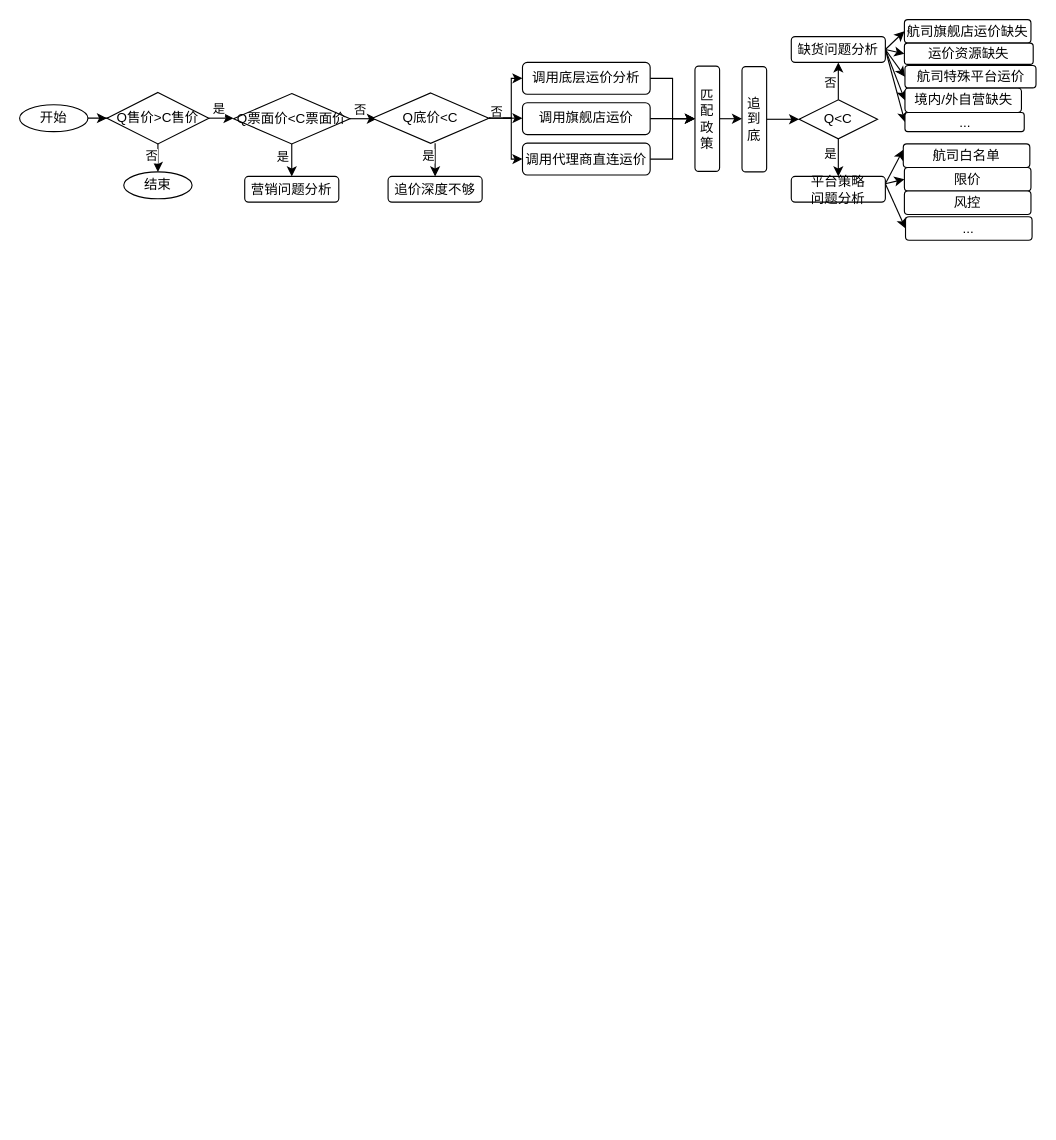
Before: page "3.劣势归因简要图" (3 of 3) of 国际qt中转问题.drawio in liuzhongye/draw-io, a draw.io diagram. Source tidied: cells renumbered, new cells numbered last; positions are measured from the earlier drawing's top-left corner, leaving out a move shared by most shapes. Both pictures are drawn from the tidied source at 112%, with x=0, y=0 at pixel (19, 19).
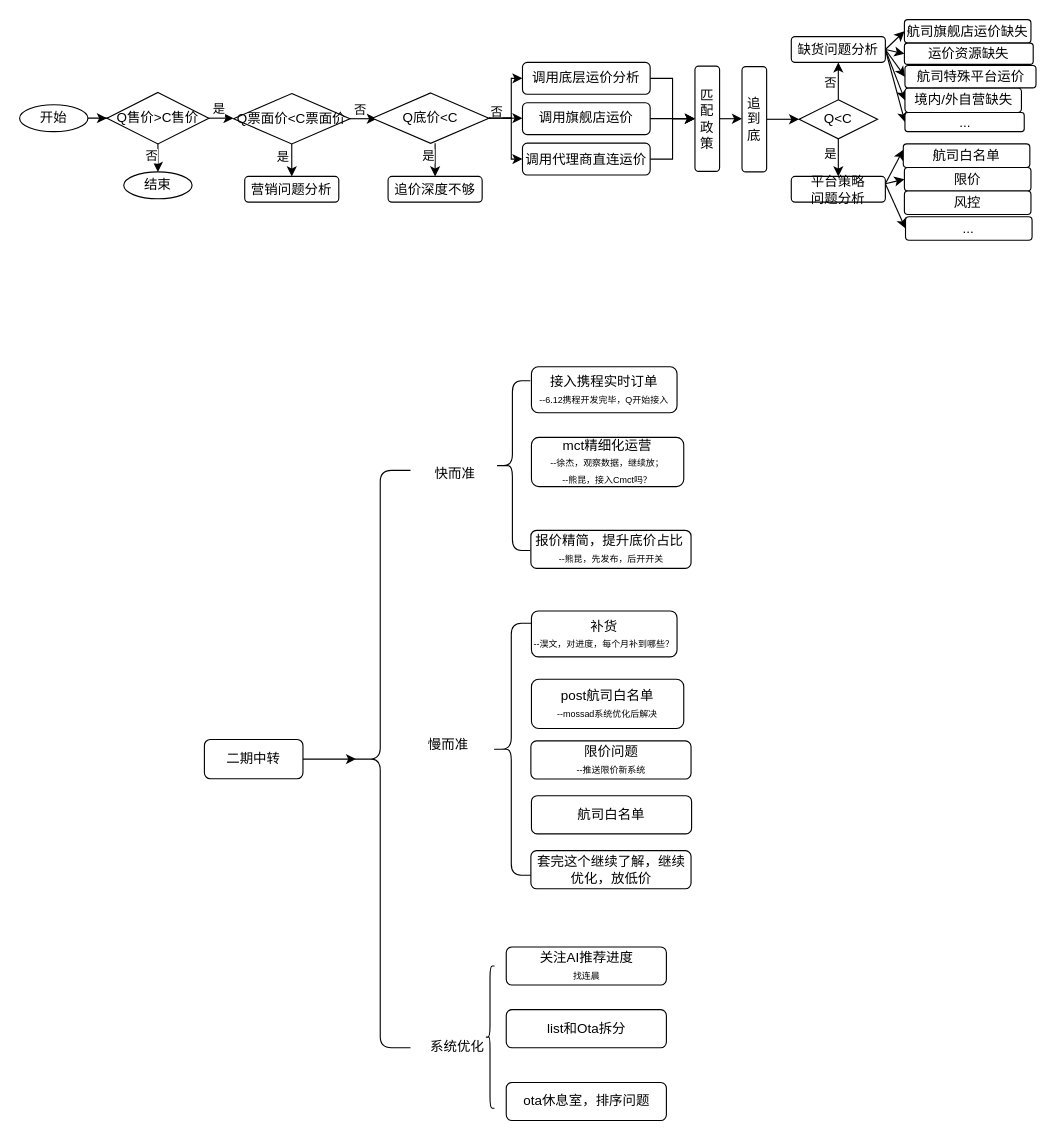
After the change.

Commit message:
更新国际qt中转问题.drawio

Diff of the diagram source:
```diff
@@
+    <mxCell id="58" style="shape=curlyBracket;whiteSpace=wrap;html=1;rounded=1;labelPosition=left;verticalLabelPosition=middle;align=right;verticalAlign=middle;" parent="1" vertex="1">
+      <mxGeometry x="295" y="402.5" width="54" height="515.5" as="geometry" />
+    </mxCell>
+    <mxCell id="59" value="二期中转" style="whiteSpace=wrap;html=1;align=center;rounded=1;" parent="1" vertex="1">
+      <mxGeometry x="165" y="642.8" width="88" height="35" as="geometry" />
+    </mxCell>
+    <mxCell id="60" style="edgeStyle=orthogonalEdgeStyle;rounded=0;jettySize=auto;html=1;exitX=1;exitY=0.5;exitDx=0;exitDy=0;entryX=0.1;entryY=0.5;entryDx=0;entryDy=0;entryPerimeter=0;" parent="1" edge="1" source="59" target="58">
+      <mxGeometry relative="1" as="geometry" />
+    </mxCell>
+    <mxCell id="61" value="mct精细化运营&lt;br&gt;&lt;font style=&quot;font-size: 8px;&quot;&gt;--徐杰，观察数据，继续放；&lt;br&gt;&lt;/font&gt;&lt;span style=&quot;font-size: 8px;&quot;&gt;--熊昆，接入Cmct吗？&lt;/span&gt;" style="rounded=1;whiteSpace=wrap;html=1;" parent="1" vertex="1">
+      <mxGeometry x="457" y="373" width="136" height="44" as="geometry" />
+    </mxCell>
+    <mxCell id="62" value="接入携程实时订单&lt;br&gt;&lt;font style=&quot;font-size: 8px;&quot;&gt;--6.12携程开发完毕，Q开始接入&lt;/font&gt;" style="rounded=1;whiteSpace=wrap;html=1;" parent="1" vertex="1">
+      <mxGeometry x="457" y="310" width="130" height="41" as="geometry" />
+    </mxCell>
+    <mxCell id="63" value="报价精简，提升底价占比&amp;nbsp; &lt;br&gt;&lt;font style=&quot;font-size: 8px;&quot;&gt;--熊昆，先发布，后开开关&lt;/font&gt;" style="rounded=1;whiteSpace=wrap;html=1;" parent="1" vertex="1">
+      <mxGeometry x="456.5" y="456" width="143" height="34" as="geometry" />
+    </mxCell>
+    <mxCell id="64" style="shape=curlyBracket;whiteSpace=wrap;html=1;rounded=1;labelPosition=left;verticalLabelPosition=middle;align=right;verticalAlign=middle;" parent="1" vertex="1">
+      <mxGeometry x="424" y="322.5" width="32" height="151.5" as="geometry" />
+    </mxCell>
+    <mxCell id="65" value="快而准" style="text;html=1;align=center;verticalAlign=middle;whiteSpace=wrap;rounded=0;" parent="1" vertex="1">
+      <mxGeometry x="359" y="391" width="60" height="30" as="geometry" />
+    </mxCell>
+    <mxCell id="66" value="慢而准" style="text;html=1;align=center;verticalAlign=middle;whiteSpace=wrap;rounded=0;" parent="1" vertex="1">
+      <mxGeometry x="353" y="633" width="60" height="30" as="geometry" />
+    </mxCell>
+    <mxCell id="67" value="post航司白名单&lt;br&gt;&lt;span style=&quot;font-size: 8px;&quot;&gt;--mossad系统优化后解决&lt;/span&gt;" style="rounded=1;whiteSpace=wrap;html=1;" parent="1" vertex="1">
+      <mxGeometry x="457" y="589" width="136" height="44" as="geometry" />
+    </mxCell>
+    <mxCell id="68" value="补货&lt;br&gt;&lt;font style=&quot;font-size: 8px;&quot;&gt;--淏文，对进度，每个月补到哪些？&lt;/font&gt;" style="rounded=1;whiteSpace=wrap;html=1;" parent="1" vertex="1">
+      <mxGeometry x="457" y="528" width="130" height="41" as="geometry" />
+    </mxCell>
+    <mxCell id="69" value="&lt;font style=&quot;&quot;&gt;&lt;span style=&quot;font-size: 12px;&quot;&gt;限价问题&lt;br&gt;&lt;/span&gt;&lt;span style=&quot;font-size: 8px;&quot;&gt;--推送限价新系统&lt;/span&gt;&lt;/font&gt;" style="rounded=1;whiteSpace=wrap;html=1;" parent="1" vertex="1">
+      <mxGeometry x="456.5" y="644" width="143" height="34" as="geometry" />
+    </mxCell>
+    <mxCell id="70" style="shape=curlyBracket;whiteSpace=wrap;html=1;rounded=1;labelPosition=left;verticalLabelPosition=middle;align=right;verticalAlign=middle;" parent="1" vertex="1">
+      <mxGeometry x="421" y="539" width="36" height="225" as="geometry" />
+    </mxCell>
+    <mxCell id="71" value="航司白名单" style="rounded=1;whiteSpace=wrap;html=1;" parent="1" vertex="1">
+      <mxGeometry x="457" y="693" width="143" height="34" as="geometry" />
+    </mxCell>
+    <mxCell id="72" value="套完这个继续了解，继续优化，放低价" style="rounded=1;whiteSpace=wrap;html=1;" parent="1" vertex="1">
+      <mxGeometry x="456.5" y="742" width="143" height="34" as="geometry" />
+    </mxCell>
+    <mxCell id="73" value="系统优化" style="text;html=1;align=center;verticalAlign=middle;whiteSpace=wrap;rounded=0;" parent="1" vertex="1">
+      <mxGeometry x="361" y="902" width="60" height="30" as="geometry" />
+    </mxCell>
+    <mxCell id="74" style="shape=curlyBracket;whiteSpace=wrap;html=1;rounded=1;labelPosition=left;verticalLabelPosition=middle;align=right;verticalAlign=middle;" parent="1" vertex="1">
+      <mxGeometry x="416" y="845" width="8" height="127" as="geometry" />
+    </mxCell>
+    <mxCell id="75" value="关注AI推荐进度&lt;div&gt;&lt;font style=&quot;font-size: 8px;&quot;&gt;找连晨&lt;/font&gt;&lt;br&gt;&lt;/div&gt;" style="rounded=1;whiteSpace=wrap;html=1;" parent="1" vertex="1">
+      <mxGeometry x="434.5" y="828" width="143" height="34" as="geometry" />
+    </mxCell>
+    <mxCell id="76" value="list和Ota拆分" style="rounded=1;whiteSpace=wrap;html=1;" parent="1" vertex="1">
+      <mxGeometry x="434.5" y="884" width="143" height="34" as="geometry" />
+    </mxCell>
+    <mxCell id="77" value="ota休息室，排序问题" style="rounded=1;whiteSpace=wrap;html=1;" parent="1" vertex="1">
+      <mxGeometry x="434.5" y="949" width="143" height="34" as="geometry" />
+    </mxCell>
```
